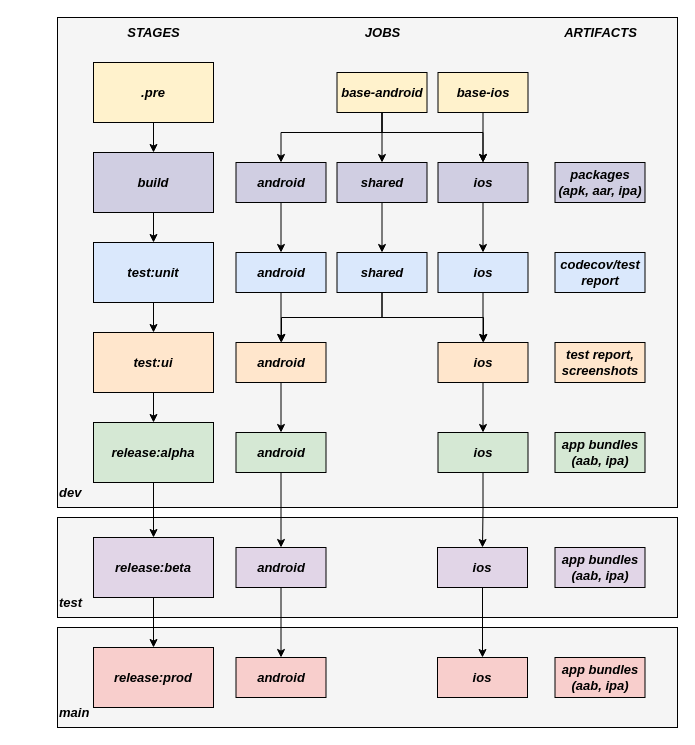
Earlier version of the draw.io diagram page "11-cicd" (7 of 19) of tesi.drawio (paganellif/tesi-paganelli). Source tidied: cells renumbered, new cells numbered last; positions are measured from the earlier drawing's top-left corner, leaving out a move shared by most shapes. Both pictures are drawn from the tidied source at 100%, with x=0, y=0 at pixel (57, 17).
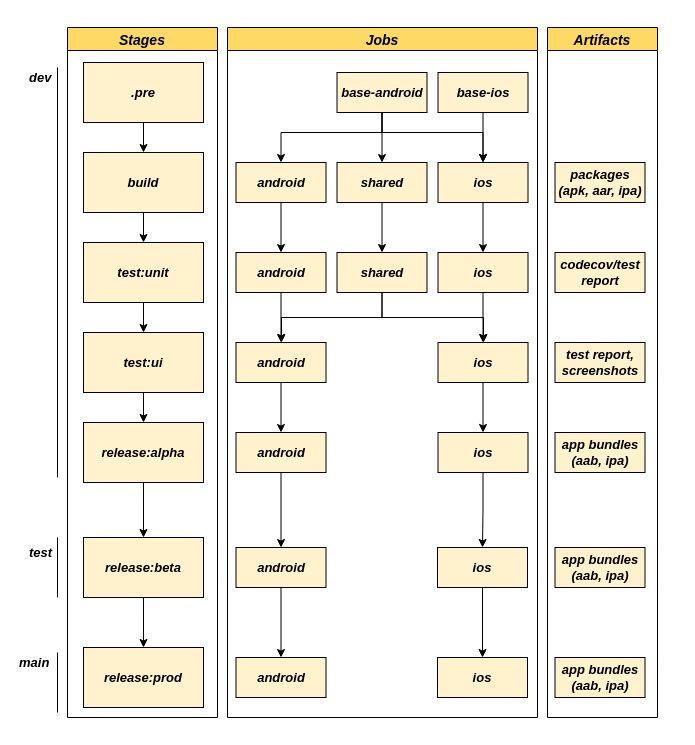
Above is the later version.

What changed in the source:
```diff
@@
-    <mxCell id="2" style="rounded=0;whiteSpace=wrap;html=1;fontSize=13;strokeColor=#000000;fillColor=#f5f5f5;fontColor=#333333;" parent="1" vertex="1">
-      <mxGeometry y="500" width="620" height="100" as="geometry" />
-    </mxCell>
-    <mxCell id="3" style="rounded=0;whiteSpace=wrap;html=1;fontSize=13;strokeColor=#000000;fillColor=#f5f5f5;fontColor=#333333;" parent="1" vertex="1">
-      <mxGeometry y="610" width="620" height="100" as="geometry" />
-    </mxCell>
-    <mxCell id="4" style="rounded=0;whiteSpace=wrap;html=1;fontSize=13;strokeColor=#000000;fillColor=#f5f5f5;fontColor=#333333;" parent="1" vertex="1">
-      <mxGeometry width="620" height="490" as="geometry" />
-    </mxCell>
-    <mxCell id="5" value="&lt;i style=&quot;font-size: 13px;&quot;&gt;STAGES&lt;/i&gt;" style="text;html=1;align=center;verticalAlign=middle;strokeColor=none;fillColor=none;fontSize=13;fontStyle=1;" parent="1" vertex="1">
-      <mxGeometry x="56" width="80" height="30" as="geometry" />
-    </mxCell>
-    <mxCell id="6" value="&lt;i style=&quot;font-size: 13px;&quot;&gt;JOBS&lt;/i&gt;" style="text;html=1;align=center;verticalAlign=middle;strokeColor=none;fillColor=none;fontSize=13;fontStyle=1;" parent="1" vertex="1">
-      <mxGeometry x="294.5" width="60" height="30" as="geometry" />
-    </mxCell>
-    <mxCell id="7" value="&lt;i style=&quot;font-size: 13px;&quot;&gt;ARTIFACTS&lt;/i&gt;" style="text;html=1;align=center;verticalAlign=middle;strokeColor=none;fillColor=none;fontSize=13;fontStyle=1;" parent="1" vertex="1">
-      <mxGeometry x="492.5" width="100" height="30" as="geometry" />
-    </mxCell>
     <mxCell id="8" value="&lt;i style=&quot;font-size: 13px;&quot;&gt;&lt;b&gt;dev&lt;/b&gt;&lt;/i&gt;" style="text;html=1;align=left;verticalAlign=middle;strokeColor=none;fillColor=none;fontSize=13;" parent="1" vertex="1">
-      <mxGeometry y="460" width="50" height="30" as="geometry" />
+      <mxGeometry x="-30" y="45" width="50" height="30" as="geometry" />
     </mxCell>
@@
     <mxCell id="10" value="&lt;b style=&quot;font-size: 13px;&quot;&gt;&lt;i style=&quot;font-size: 13px;&quot;&gt;.pre&lt;/i&gt;&lt;/b&gt;" style="rounded=0;whiteSpace=wrap;html=1;fontSize=13;strokeColor=#000000;fillColor=#fff2cc;" parent="1" vertex="1">
-      <mxGeometry x="36" y="45" width="120" height="60" as="geometry" />
+      <mxGeometry x="26" y="45" width="120" height="60" as="geometry" />
     </mxCell>
@@
-    <mxCell id="12" value="&lt;b style=&quot;font-size: 13px;&quot;&gt;&lt;i style=&quot;font-size: 13px;&quot;&gt;build&lt;/i&gt;&lt;/b&gt;" style="rounded=0;whiteSpace=wrap;html=1;fontSize=13;strokeColor=#000000;fillColor=#d0cee2;" parent="1" vertex="1">
-      <mxGeometry x="36" y="135" width="120" height="60" as="geometry" />
+    <mxCell id="12" value="&lt;b style=&quot;font-size: 13px;&quot;&gt;&lt;i style=&quot;font-size: 13px;&quot;&gt;build&lt;/i&gt;&lt;/b&gt;" style="rounded=0;whiteSpace=wrap;html=1;fontSize=13;strokeColor=#000000;fillColor=#FFF2CC;" parent="1" vertex="1">
+      <mxGeometry x="26" y="135" width="120" height="60" as="geometry" />
     </mxCell>
@@
-    <mxCell id="14" value="&lt;b style=&quot;font-size: 13px;&quot;&gt;&lt;i style=&quot;font-size: 13px;&quot;&gt;test:unit&lt;/i&gt;&lt;/b&gt;" style="rounded=0;whiteSpace=wrap;html=1;fontSize=13;strokeColor=#000000;fillColor=#dae8fc;" parent="1" vertex="1">
-      <mxGeometry x="36" y="225" width="120" height="60" as="geometry" />
+    <mxCell id="14" value="&lt;b style=&quot;font-size: 13px;&quot;&gt;&lt;i style=&quot;font-size: 13px;&quot;&gt;test:unit&lt;/i&gt;&lt;/b&gt;" style="rounded=0;whiteSpace=wrap;html=1;fontSize=13;strokeColor=#000000;fillColor=#FFF2CC;" parent="1" vertex="1">
+      <mxGeometry x="26" y="225" width="120" height="60" as="geometry" />
     </mxCell>
@@
-    <mxCell id="16" value="&lt;b style=&quot;font-size: 13px;&quot;&gt;&lt;i style=&quot;font-size: 13px;&quot;&gt;test:ui&lt;/i&gt;&lt;/b&gt;" style="rounded=0;whiteSpace=wrap;html=1;fontSize=13;strokeColor=#000000;fillColor=#ffe6cc;" parent="1" vertex="1">
-      <mxGeometry x="36" y="315" width="120" height="60" as="geometry" />
+    <mxCell id="16" value="&lt;b style=&quot;font-size: 13px;&quot;&gt;&lt;i style=&quot;font-size: 13px;&quot;&gt;test:ui&lt;/i&gt;&lt;/b&gt;" style="rounded=0;whiteSpace=wrap;html=1;fontSize=13;strokeColor=#000000;fillColor=#FFF2CC;" parent="1" vertex="1">
+      <mxGeometry x="26" y="315" width="120" height="60" as="geometry" />
     </mxCell>
@@
-    <mxCell id="18" value="&lt;b style=&quot;font-size: 13px;&quot;&gt;&lt;i style=&quot;font-size: 13px;&quot;&gt;release:alpha&lt;/i&gt;&lt;/b&gt;" style="rounded=0;whiteSpace=wrap;html=1;fontSize=13;strokeColor=#000000;fillColor=#d5e8d4;" parent="1" vertex="1">
-      <mxGeometry x="36" y="405" width="120" height="60" as="geometry" />
+    <mxCell id="18" value="&lt;b style=&quot;font-size: 13px;&quot;&gt;&lt;i style=&quot;font-size: 13px;&quot;&gt;release:alpha&lt;/i&gt;&lt;/b&gt;" style="rounded=0;whiteSpace=wrap;html=1;fontSize=13;strokeColor=#000000;fillColor=#FFF2CC;" parent="1" vertex="1">
+      <mxGeometry x="26" y="405" width="120" height="60" as="geometry" />
     </mxCell>
@@
-    <mxCell id="20" value="&lt;b style=&quot;font-size: 13px;&quot;&gt;&lt;i style=&quot;font-size: 13px;&quot;&gt;release:beta&lt;/i&gt;&lt;/b&gt;" style="rounded=0;whiteSpace=wrap;html=1;fontSize=13;strokeColor=#000000;fillColor=#e1d5e7;" parent="1" vertex="1">
-      <mxGeometry x="36" y="520" width="120" height="60" as="geometry" />
+    <mxCell id="20" value="&lt;b style=&quot;font-size: 13px;&quot;&gt;&lt;i style=&quot;font-size: 13px;&quot;&gt;release:beta&lt;/i&gt;&lt;/b&gt;" style="rounded=0;whiteSpace=wrap;html=1;fontSize=13;strokeColor=#000000;fillColor=#FFF2CC;" parent="1" vertex="1">
+      <mxGeometry x="26" y="520" width="120" height="60" as="geometry" />
     </mxCell>
-    <mxCell id="21" value="&lt;b style=&quot;font-size: 13px;&quot;&gt;&lt;i style=&quot;font-size: 13px;&quot;&gt;release:prod&lt;/i&gt;&lt;/b&gt;" style="rounded=0;whiteSpace=wrap;html=1;fontSize=13;strokeColor=#000000;fillColor=#f8cecc;" parent="1" vertex="1">
-      <mxGeometry x="36" y="630" width="120" height="60" as="geometry" />
+    <mxCell id="21" value="&lt;b style=&quot;font-size: 13px;&quot;&gt;&lt;i style=&quot;font-size: 13px;&quot;&gt;release:prod&lt;/i&gt;&lt;/b&gt;" style="rounded=0;whiteSpace=wrap;html=1;fontSize=13;strokeColor=#000000;fillColor=#FFF2CC;" parent="1" vertex="1">
+      <mxGeometry x="26" y="630" width="120" height="60" as="geometry" />
     </mxCell>
@@
-    <mxCell id="29" value="&lt;b style=&quot;font-size: 13px;&quot;&gt;&lt;i style=&quot;font-size: 13px;&quot;&gt;android&lt;/i&gt;&lt;/b&gt;" style="rounded=0;whiteSpace=wrap;html=1;fontSize=13;strokeColor=#000000;fillColor=#d0cee2;" parent="1" vertex="1">
+    <mxCell id="29" value="&lt;b style=&quot;font-size: 13px;&quot;&gt;&lt;i style=&quot;font-size: 13px;&quot;&gt;android&lt;/i&gt;&lt;/b&gt;" style="rounded=0;whiteSpace=wrap;html=1;fontSize=13;strokeColor=#000000;fillColor=#FFF2CC;" parent="1" vertex="1">
       <mxGeometry x="178.5" y="145" width="90" height="40" as="geometry" />
     </mxCell>
@@
-    <mxCell id="31" value="&lt;b style=&quot;font-size: 13px;&quot;&gt;&lt;i style=&quot;font-size: 13px;&quot;&gt;shared&lt;/i&gt;&lt;/b&gt;" style="rounded=0;whiteSpace=wrap;html=1;fontSize=13;strokeColor=#000000;fillColor=#d0cee2;" parent="1" vertex="1">
+    <mxCell id="31" value="&lt;b style=&quot;font-size: 13px;&quot;&gt;&lt;i style=&quot;font-size: 13px;&quot;&gt;shared&lt;/i&gt;&lt;/b&gt;" style="rounded=0;whiteSpace=wrap;html=1;fontSize=13;strokeColor=#000000;fillColor=#FFF2CC;" parent="1" vertex="1">
       <mxGeometry x="279.5" y="145" width="90" height="40" as="geometry" />
     </mxCell>
@@
-    <mxCell id="33" value="&lt;b style=&quot;font-size: 13px;&quot;&gt;&lt;i style=&quot;font-size: 13px;&quot;&gt;ios&lt;/i&gt;&lt;/b&gt;" style="rounded=0;whiteSpace=wrap;html=1;fontSize=13;strokeColor=#000000;fillColor=#d0cee2;" parent="1" vertex="1">
+    <mxCell id="33" value="&lt;b style=&quot;font-size: 13px;&quot;&gt;&lt;i style=&quot;font-size: 13px;&quot;&gt;ios&lt;/i&gt;&lt;/b&gt;" style="rounded=0;whiteSpace=wrap;html=1;fontSize=13;strokeColor=#000000;fillColor=#FFF2CC;" parent="1" vertex="1">
       <mxGeometry x="380.5" y="145" width="90" height="40" as="geometry" />
     </mxCell>
-    <mxCell id="34" value="&lt;b style=&quot;font-size: 13px;&quot;&gt;&lt;i style=&quot;font-size: 13px;&quot;&gt;packages (apk, aar, ipa)&lt;/i&gt;&lt;/b&gt;" style="rounded=0;whiteSpace=wrap;html=1;fontSize=13;strokeColor=#000000;fillColor=#d0cee2;" parent="1" vertex="1">
+    <mxCell id="34" value="&lt;b style=&quot;font-size: 13px;&quot;&gt;&lt;i style=&quot;font-size: 13px;&quot;&gt;packages (apk, aar, ipa)&lt;/i&gt;&lt;/b&gt;" style="rounded=0;whiteSpace=wrap;html=1;fontSize=13;strokeColor=#000000;fillColor=#FFF2CC;" parent="1" vertex="1">
       <mxGeometry x="497.5" y="145" width="90" height="40" as="geometry" />
     </mxCell>
@@
-    <mxCell id="37" value="&lt;b style=&quot;font-size: 13px;&quot;&gt;&lt;i style=&quot;font-size: 13px;&quot;&gt;shared&lt;/i&gt;&lt;/b&gt;" style="rounded=0;whiteSpace=wrap;html=1;fontSize=13;strokeColor=#000000;fillColor=#dae8fc;" parent="1" vertex="1">
+    <mxCell id="37" value="&lt;b style=&quot;font-size: 13px;&quot;&gt;&lt;i style=&quot;font-size: 13px;&quot;&gt;shared&lt;/i&gt;&lt;/b&gt;" style="rounded=0;whiteSpace=wrap;html=1;fontSize=13;strokeColor=#000000;fillColor=#FFF2CC;" parent="1" vertex="1">
       <mxGeometry x="279.5" y="235" width="90" height="40" as="geometry" />
     </mxCell>
@@
-    <mxCell id="39" value="&lt;b style=&quot;font-size: 13px;&quot;&gt;&lt;i style=&quot;font-size: 13px;&quot;&gt;android&lt;/i&gt;&lt;/b&gt;" style="rounded=0;whiteSpace=wrap;html=1;fontSize=13;strokeColor=#000000;fillColor=#ffe6cc;" parent="1" vertex="1">
+    <mxCell id="39" value="&lt;b style=&quot;font-size: 13px;&quot;&gt;&lt;i style=&quot;font-size: 13px;&quot;&gt;android&lt;/i&gt;&lt;/b&gt;" style="rounded=0;whiteSpace=wrap;html=1;fontSize=13;strokeColor=#000000;fillColor=#FFF2CC;" parent="1" vertex="1">
       <mxGeometry x="178.5" y="325" width="90" height="40" as="geometry" />
     </mxCell>
@@
-    <mxCell id="41" value="&lt;b style=&quot;font-size: 13px;&quot;&gt;&lt;i style=&quot;font-size: 13px;&quot;&gt;ios&lt;/i&gt;&lt;/b&gt;" style="rounded=0;whiteSpace=wrap;html=1;fontSize=13;strokeColor=#000000;fillColor=#ffe6cc;" parent="1" vertex="1">
+    <mxCell id="41" value="&lt;b style=&quot;font-size: 13px;&quot;&gt;&lt;i style=&quot;font-size: 13px;&quot;&gt;ios&lt;/i&gt;&lt;/b&gt;" style="rounded=0;whiteSpace=wrap;html=1;fontSize=13;strokeColor=#000000;fillColor=#FFF2CC;" parent="1" vertex="1">
       <mxGeometry x="380.5" y="325" width="90" height="40" as="geometry" />
     </mxCell>
@@
-    <mxCell id="43" value="&lt;b style=&quot;font-size: 13px;&quot;&gt;&lt;i style=&quot;font-size: 13px;&quot;&gt;android&lt;/i&gt;&lt;/b&gt;" style="rounded=0;whiteSpace=wrap;html=1;fontSize=13;strokeColor=#000000;fillColor=#d5e8d4;" parent="1" vertex="1">
+    <mxCell id="43" value="&lt;b style=&quot;font-size: 13px;&quot;&gt;&lt;i style=&quot;font-size: 13px;&quot;&gt;android&lt;/i&gt;&lt;/b&gt;" style="rounded=0;whiteSpace=wrap;html=1;fontSize=13;strokeColor=#000000;fillColor=#FFF2CC;" parent="1" vertex="1">
       <mxGeometry x="178.5" y="415" width="90" height="40" as="geometry" />
     </mxCell>
@@
-    <mxCell id="45" value="&lt;b style=&quot;font-size: 13px;&quot;&gt;&lt;i style=&quot;font-size: 13px;&quot;&gt;ios&lt;/i&gt;&lt;/b&gt;" style="rounded=0;whiteSpace=wrap;html=1;fontSize=13;strokeColor=#000000;fillColor=#d5e8d4;" parent="1" vertex="1">
+    <mxCell id="45" value="&lt;b style=&quot;font-size: 13px;&quot;&gt;&lt;i style=&quot;font-size: 13px;&quot;&gt;ios&lt;/i&gt;&lt;/b&gt;" style="rounded=0;whiteSpace=wrap;html=1;fontSize=13;strokeColor=#000000;fillColor=#FFF2CC;" parent="1" vertex="1">
       <mxGeometry x="380.5" y="415" width="90" height="40" as="geometry" />
     </mxCell>
-    <mxCell id="46" value="&lt;b style=&quot;font-size: 13px;&quot;&gt;&lt;i style=&quot;font-size: 13px;&quot;&gt;codecov/test report&lt;/i&gt;&lt;/b&gt;" style="rounded=0;whiteSpace=wrap;html=1;fontSize=13;strokeColor=#000000;fillColor=#dae8fc;" parent="1" vertex="1">
+    <mxCell id="46" value="&lt;b style=&quot;font-size: 13px;&quot;&gt;&lt;i style=&quot;font-size: 13px;&quot;&gt;codecov/test report&lt;/i&gt;&lt;/b&gt;" style="rounded=0;whiteSpace=wrap;html=1;fontSize=13;strokeColor=#000000;fillColor=#FFF2CC;" parent="1" vertex="1">
       <mxGeometry x="497.5" y="235" width="90" height="40" as="geometry" />
     </mxCell>
-    <mxCell id="47" value="&lt;b style=&quot;font-size: 13px;&quot;&gt;&lt;i style=&quot;font-size: 13px;&quot;&gt;test report, screenshots&lt;/i&gt;&lt;/b&gt;" style="rounded=0;whiteSpace=wrap;html=1;fontSize=13;strokeColor=#000000;fillColor=#ffe6cc;" parent="1" vertex="1">
+    <mxCell id="47" value="&lt;b style=&quot;font-size: 13px;&quot;&gt;&lt;i style=&quot;font-size: 13px;&quot;&gt;test report, screenshots&lt;/i&gt;&lt;/b&gt;" style="rounded=0;whiteSpace=wrap;html=1;fontSize=13;strokeColor=#000000;fillColor=#FFF2CC;" parent="1" vertex="1">
       <mxGeometry x="497.5" y="325" width="90" height="40" as="geometry" />
     </mxCell>
-    <mxCell id="48" value="&lt;b style=&quot;font-size: 13px;&quot;&gt;&lt;i style=&quot;font-size: 13px;&quot;&gt;app bundles (aab, ipa)&lt;/i&gt;&lt;/b&gt;" style="rounded=0;whiteSpace=wrap;html=1;fontSize=13;strokeColor=#000000;fillColor=#d5e8d4;" parent="1" vertex="1">
+    <mxCell id="48" value="&lt;b style=&quot;font-size: 13px;&quot;&gt;&lt;i style=&quot;font-size: 13px;&quot;&gt;app bundles (aab, ipa)&lt;/i&gt;&lt;/b&gt;" style="rounded=0;whiteSpace=wrap;html=1;fontSize=13;strokeColor=#000000;fillColor=#FFF2CC;" parent="1" vertex="1">
       <mxGeometry x="497.5" y="415" width="90" height="40" as="geometry" />
     </mxCell>
@@
-    <mxCell id="50" value="&lt;b style=&quot;font-size: 13px;&quot;&gt;&lt;i style=&quot;font-size: 13px;&quot;&gt;android&lt;/i&gt;&lt;/b&gt;" style="rounded=0;whiteSpace=wrap;html=1;fontSize=13;strokeColor=#000000;fillColor=#e1d5e7;" parent="1" vertex="1">
+    <mxCell id="50" value="&lt;b style=&quot;font-size: 13px;&quot;&gt;&lt;i style=&quot;font-size: 13px;&quot;&gt;android&lt;/i&gt;&lt;/b&gt;" style="rounded=0;whiteSpace=wrap;html=1;fontSize=13;strokeColor=#000000;fillColor=#FFF2CC;" parent="1" vertex="1">
       <mxGeometry x="178.5" y="530" width="90" height="40" as="geometry" />
     </mxCell>
@@
-    <mxCell id="52" value="&lt;b style=&quot;font-size: 13px;&quot;&gt;&lt;i style=&quot;font-size: 13px;&quot;&gt;ios&lt;/i&gt;&lt;/b&gt;" style="rounded=0;whiteSpace=wrap;html=1;fontSize=13;strokeColor=#000000;fillColor=#e1d5e7;" parent="1" vertex="1">
+    <mxCell id="52" value="&lt;b style=&quot;font-size: 13px;&quot;&gt;&lt;i style=&quot;font-size: 13px;&quot;&gt;ios&lt;/i&gt;&lt;/b&gt;" style="rounded=0;whiteSpace=wrap;html=1;fontSize=13;strokeColor=#000000;fillColor=#FFF2CC;" parent="1" vertex="1">
       <mxGeometry x="380" y="530" width="90" height="40" as="geometry" />
     </mxCell>
-    <mxCell id="53" value="&lt;b style=&quot;font-size: 13px;&quot;&gt;&lt;i style=&quot;font-size: 13px;&quot;&gt;android&lt;/i&gt;&lt;/b&gt;" style="rounded=0;whiteSpace=wrap;html=1;fontSize=13;strokeColor=#000000;fillColor=#f8cecc;" parent="1" vertex="1">
+    <mxCell id="53" value="&lt;b style=&quot;font-size: 13px;&quot;&gt;&lt;i style=&quot;font-size: 13px;&quot;&gt;android&lt;/i&gt;&lt;/b&gt;" style="rounded=0;whiteSpace=wrap;html=1;fontSize=13;strokeColor=#000000;fillColor=#FFF2CC;" parent="1" vertex="1">
       <mxGeometry x="178.5" y="640" width="90" height="40" as="geometry" />
     </mxCell>
-    <mxCell id="54" value="&lt;b style=&quot;font-size: 13px;&quot;&gt;&lt;i style=&quot;font-size: 13px;&quot;&gt;ios&lt;/i&gt;&lt;/b&gt;" style="rounded=0;whiteSpace=wrap;html=1;fontSize=13;strokeColor=#000000;fillColor=#f8cecc;" parent="1" vertex="1">
+    <mxCell id="54" value="&lt;b style=&quot;font-size: 13px;&quot;&gt;&lt;i style=&quot;font-size: 13px;&quot;&gt;ios&lt;/i&gt;&lt;/b&gt;" style="rounded=0;whiteSpace=wrap;html=1;fontSize=13;strokeColor=#000000;fillColor=#FFF2CC;" parent="1" vertex="1">
       <mxGeometry x="380" y="640" width="90" height="40" as="geometry" />
     </mxCell>
-    <mxCell id="55" value="&lt;b style=&quot;font-size: 13px;&quot;&gt;&lt;i style=&quot;font-size: 13px;&quot;&gt;app bundles (aab, ipa)&lt;/i&gt;&lt;/b&gt;" style="rounded=0;whiteSpace=wrap;html=1;fontSize=13;strokeColor=#000000;fillColor=#e1d5e7;" parent="1" vertex="1">
+    <mxCell id="55" value="&lt;b style=&quot;font-size: 13px;&quot;&gt;&lt;i style=&quot;font-size: 13px;&quot;&gt;app bundles (aab, ipa)&lt;/i&gt;&lt;/b&gt;" style="rounded=0;whiteSpace=wrap;html=1;fontSize=13;strokeColor=#000000;fillColor=#FFF2CC;" parent="1" vertex="1">
       <mxGeometry x="497.5" y="530" width="90" height="40" as="geometry" />
     </mxCell>
-    <mxCell id="56" value="&lt;b style=&quot;font-size: 13px;&quot;&gt;&lt;i style=&quot;font-size: 13px;&quot;&gt;app bundles (aab, ipa)&lt;/i&gt;&lt;/b&gt;" style="rounded=0;whiteSpace=wrap;html=1;fontSize=13;strokeColor=#000000;fillColor=#f8cecc;" parent="1" vertex="1">
+    <mxCell id="56" value="&lt;b style=&quot;font-size: 13px;&quot;&gt;&lt;i style=&quot;font-size: 13px;&quot;&gt;app bundles (aab, ipa)&lt;/i&gt;&lt;/b&gt;" style="rounded=0;whiteSpace=wrap;html=1;fontSize=13;strokeColor=#000000;fillColor=#FFF2CC;" parent="1" vertex="1">
       <mxGeometry x="497.5" y="640" width="90" height="40" as="geometry" />
     </mxCell>
     <mxCell id="57" value="&lt;i style=&quot;font-size: 13px;&quot;&gt;&lt;b&gt;test&lt;/b&gt;&lt;/i&gt;" style="text;html=1;align=left;verticalAlign=middle;strokeColor=none;fillColor=none;fontSize=13;" parent="1" vertex="1">
-      <mxGeometry y="570" width="50" height="30" as="geometry" />
+      <mxGeometry x="-30" y="520" width="50" height="30" as="geometry" />
     </mxCell>
     <mxCell id="58" value="&lt;i style=&quot;font-size: 13px;&quot;&gt;&lt;b&gt;main&lt;/b&gt;&lt;/i&gt;" style="text;html=1;align=left;verticalAlign=middle;strokeColor=none;fillColor=none;fontSize=13;" parent="1" vertex="1">
-      <mxGeometry y="680" width="50" height="30" as="geometry" />
+      <mxGeometry x="-40" y="630" width="50" height="30" as="geometry" />
     </mxCell>
@@
-    <mxCell id="60" value="&lt;b style=&quot;font-size: 13px;&quot;&gt;&lt;i style=&quot;font-size: 13px;&quot;&gt;android&lt;/i&gt;&lt;/b&gt;" style="rounded=0;whiteSpace=wrap;html=1;fontSize=13;strokeColor=#000000;fillColor=#dae8fc;" parent="1" vertex="1">
+    <mxCell id="60" value="&lt;b style=&quot;font-size: 13px;&quot;&gt;&lt;i style=&quot;font-size: 13px;&quot;&gt;android&lt;/i&gt;&lt;/b&gt;" style="rounded=0;whiteSpace=wrap;html=1;fontSize=13;strokeColor=#000000;fillColor=#FFF2CC;" parent="1" vertex="1">
       <mxGeometry x="178.5" y="235" width="90" height="40" as="geometry" />
     </mxCell>
@@
-    <mxCell id="62" value="&lt;b style=&quot;font-size: 13px;&quot;&gt;&lt;i style=&quot;font-size: 13px;&quot;&gt;ios&lt;/i&gt;&lt;/b&gt;" style="rounded=0;whiteSpace=wrap;html=1;fontSize=13;strokeColor=#000000;fillColor=#dae8fc;" parent="1" vertex="1">
+    <mxCell id="62" value="&lt;b style=&quot;font-size: 13px;&quot;&gt;&lt;i style=&quot;font-size: 13px;&quot;&gt;ios&lt;/i&gt;&lt;/b&gt;" style="rounded=0;whiteSpace=wrap;html=1;fontSize=13;strokeColor=#000000;fillColor=#FFF2CC;" parent="1" vertex="1">
       <mxGeometry x="380.5" y="235" width="90" height="40" as="geometry" />
     </mxCell>
+    <mxCell id="63" value="Stages" style="swimlane;fillColor=#FFD966;fontSize=14;fontStyle=3;" parent="1" vertex="1">
+      <mxGeometry x="10" y="10" width="150" height="690" as="geometry" />
+    </mxCell>
+    <mxCell id="64" value="Jobs" style="swimlane;fillColor=#FFD966;fontSize=14;fontStyle=3;" parent="1" vertex="1">
+      <mxGeometry x="170" y="10" width="310" height="690" as="geometry" />
+    </mxCell>
+    <mxCell id="65" value="Artifacts" style="swimlane;fillColor=#FFD966;fontSize=14;fontStyle=3;" parent="1" vertex="1">
+      <mxGeometry x="490" y="10" width="110" height="690" as="geometry" />
+    </mxCell>
+    <mxCell id="66" style="endArrow=none;html=1;rounded=0;fontSize=13;" parent="1" edge="1">
+      <mxGeometry relative="1" as="geometry">
+        <mxPoint y="460" as="sourcePoint" />
+        <mxPoint y="50" as="targetPoint" />
+      </mxGeometry>
+    </mxCell>
+    <mxCell id="67" style="endArrow=none;html=1;rounded=0;fontSize=13;" parent="1" edge="1">
+      <mxGeometry relative="1" as="geometry">
+        <mxPoint y="580" as="sourcePoint" />
+        <mxPoint y="520" as="targetPoint" />
+      </mxGeometry>
+    </mxCell>
+    <mxCell id="68" style="endArrow=none;html=1;rounded=0;fontSize=13;" parent="1" edge="1">
+      <mxGeometry relative="1" as="geometry">
+        <mxPoint y="695" as="sourcePoint" />
+        <mxPoint y="635" as="targetPoint" />
+      </mxGeometry>
+    </mxCell>
```
